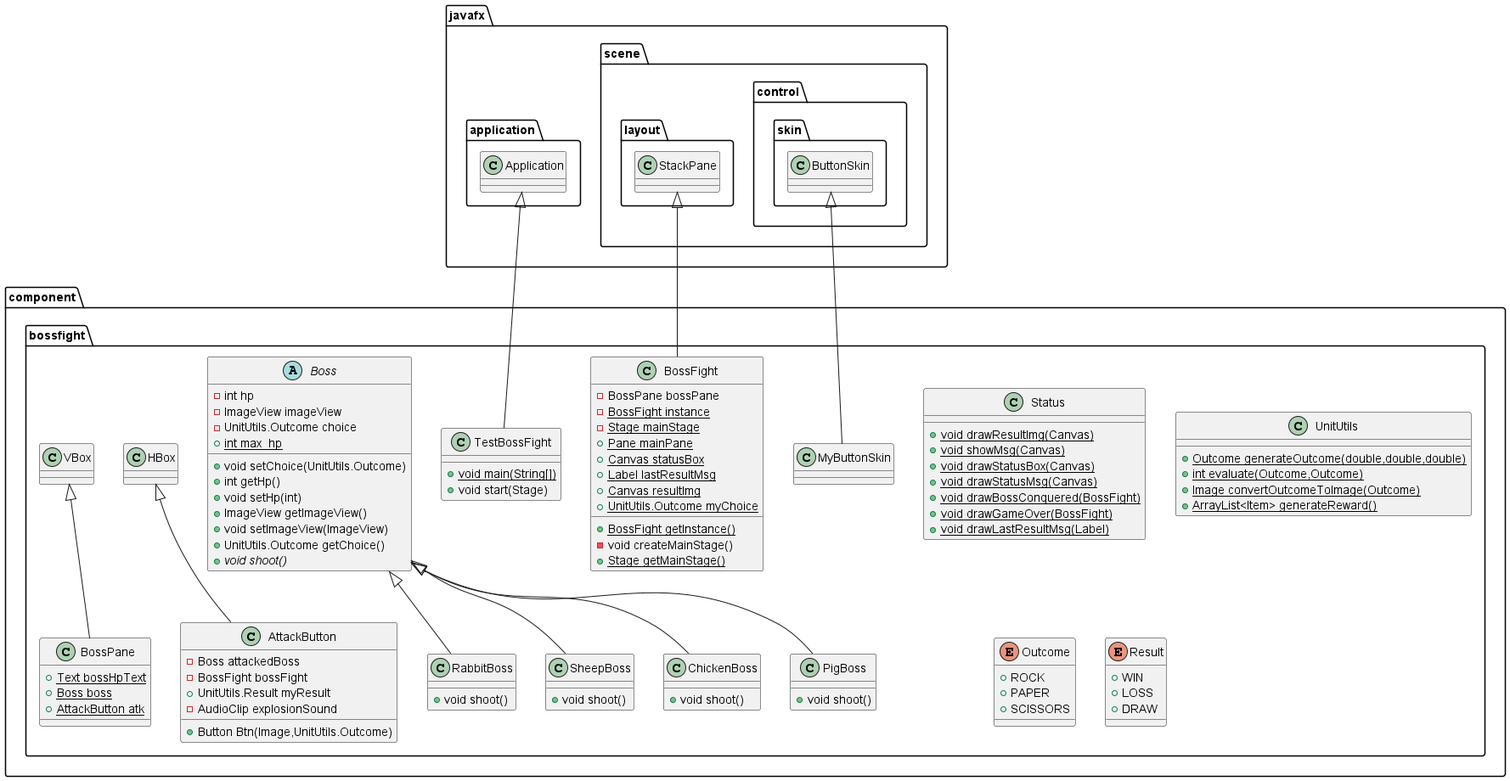
Earlier version of the PlantUML export uml/component.bossfight.png (RuffLogix/ta-beam-adventure). Its diagram source:
```plantuml
@startuml
class component.bossfight.RabbitBoss {
+ void shoot()
}

class component.bossfight.MyButtonSkin {
}
class component.bossfight.BossFight {
- BossPane bossPane
- {static} BossFight instance
- {static} Stage mainStage
+ {static} Pane mainPane
+ {static} Canvas statusBox
+ {static} Label lastResultMsg
+ {static} Canvas resultImg
+ {static} UnitUtils.Outcome myChoice
+ {static} BossFight getInstance()
- void createMainStage()
+ {static} Stage getMainStage()
}


class component.bossfight.Status {
+ {static} void drawResultImg(Canvas)
+ {static} void showMsg(Canvas)
+ {static} void drawStatusBox(Canvas)
+ {static} void drawStatusMsg(Canvas)
+ {static} void drawBossConquered(BossFight)
+ {static} void drawGameOver(BossFight)
+ {static} void drawLastResultMsg(Label)
}

class component.bossfight.UnitUtils {
+ {static} Outcome generateOutcome(double,double,double)
+ {static} int evaluate(Outcome,Outcome)
+ {static} Image convertOutcomeToImage(Outcome)
+ {static} ArrayList<Item> generateReward()
}

enum component.bossfight.Outcome {
+  ROCK
+  PAPER
+  SCISSORS
}

enum component.bossfight.Result {
+  WIN
+  LOSS
+  DRAW
}

class component.bossfight.SheepBoss {
+ void shoot()
}

class component.bossfight.TestBossFight {
+ {static} void main(String[])
+ void start(Stage)
}

class component.bossfight.AttackButton {
- Boss attackedBoss
- BossFight bossFight
+ UnitUtils.Result myResult
- AudioClip explosionSound
+ Button Btn(Image,UnitUtils.Outcome)
}


abstract class component.bossfight.Boss {
- int hp
- ImageView imageView
- UnitUtils.Outcome choice
+ {static} int max_hp
+ void setChoice(UnitUtils.Outcome)
+ int getHp()
+ void setHp(int)
+ ImageView getImageView()
+ void setImageView(ImageView)
+ UnitUtils.Outcome getChoice()
+ {abstract}void shoot()
}


class component.bossfight.ChickenBoss {
+ void shoot()
}

class component.bossfight.PigBoss {
+ void shoot()
}

class component.bossfight.BossPane {
+ {static} Text bossHpText
+ {static} Boss boss
+ {static} AttackButton atk
}



component.bossfight.Boss <|-- component.bossfight.RabbitBoss
javafx.scene.control.skin.ButtonSkin <|-- component.bossfight.MyButtonSkin
javafx.scene.layout.StackPane <|-- component.bossfight.BossFight
component.bossfight.Boss <|-- component.bossfight.SheepBoss
javafx.application.Application <|-- component.bossfight.TestBossFight
component.bossfight.HBox <|-- component.bossfight.AttackButton
component.bossfight.Boss <|-- component.bossfight.ChickenBoss
component.bossfight.Boss <|-- component.bossfight.PigBoss
component.bossfight.VBox <|-- component.bossfight.BossPane
@enduml
```
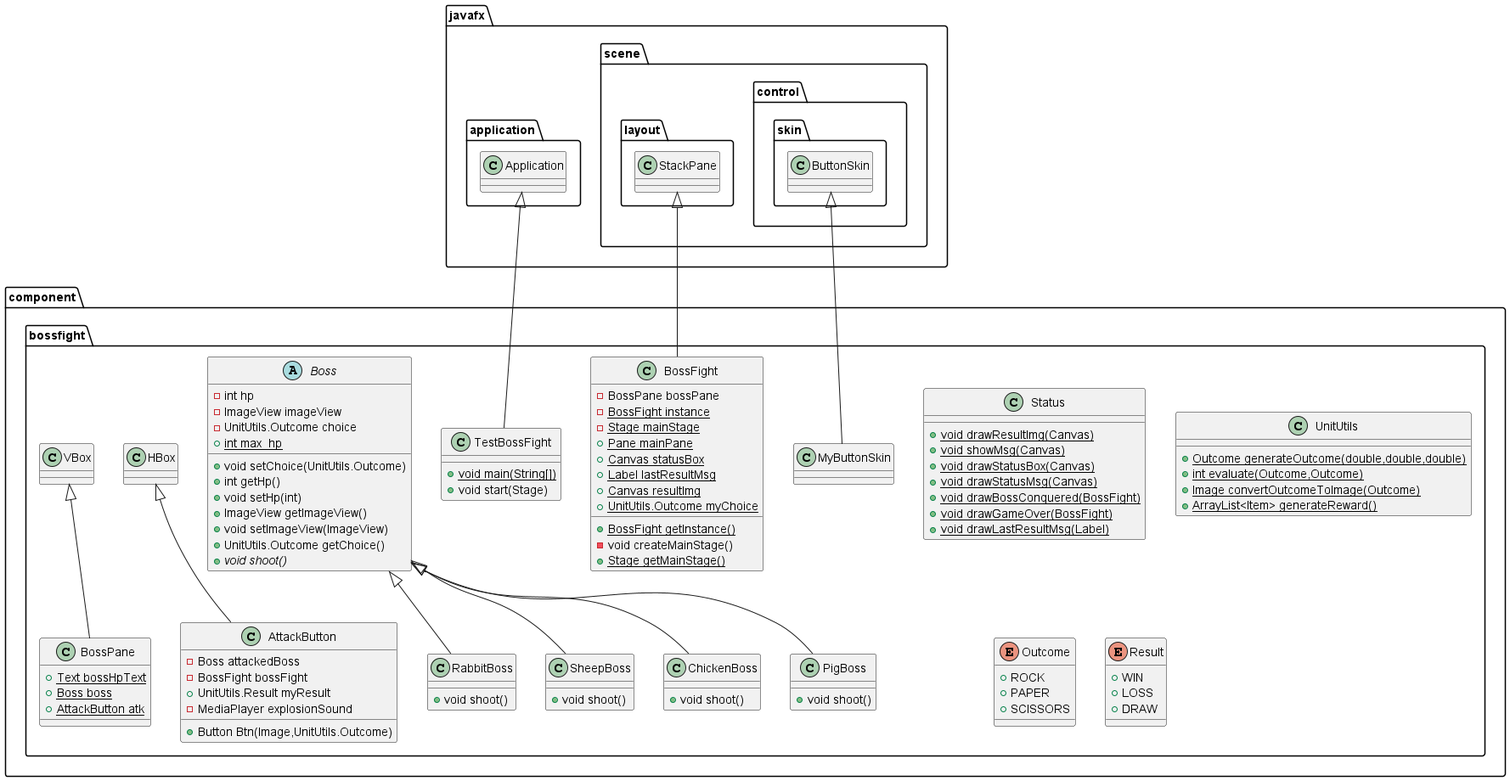
The same diagram one commit later.

The edit, as a diff of the source:
```diff
@@ -62,7 +62,7 @@
 - Boss attackedBoss
 - BossFight bossFight
 + UnitUtils.Result myResult
-- AudioClip explosionSound
+- MediaPlayer explosionSound
 + Button Btn(Image,UnitUtils.Outcome)
 }
 
```
